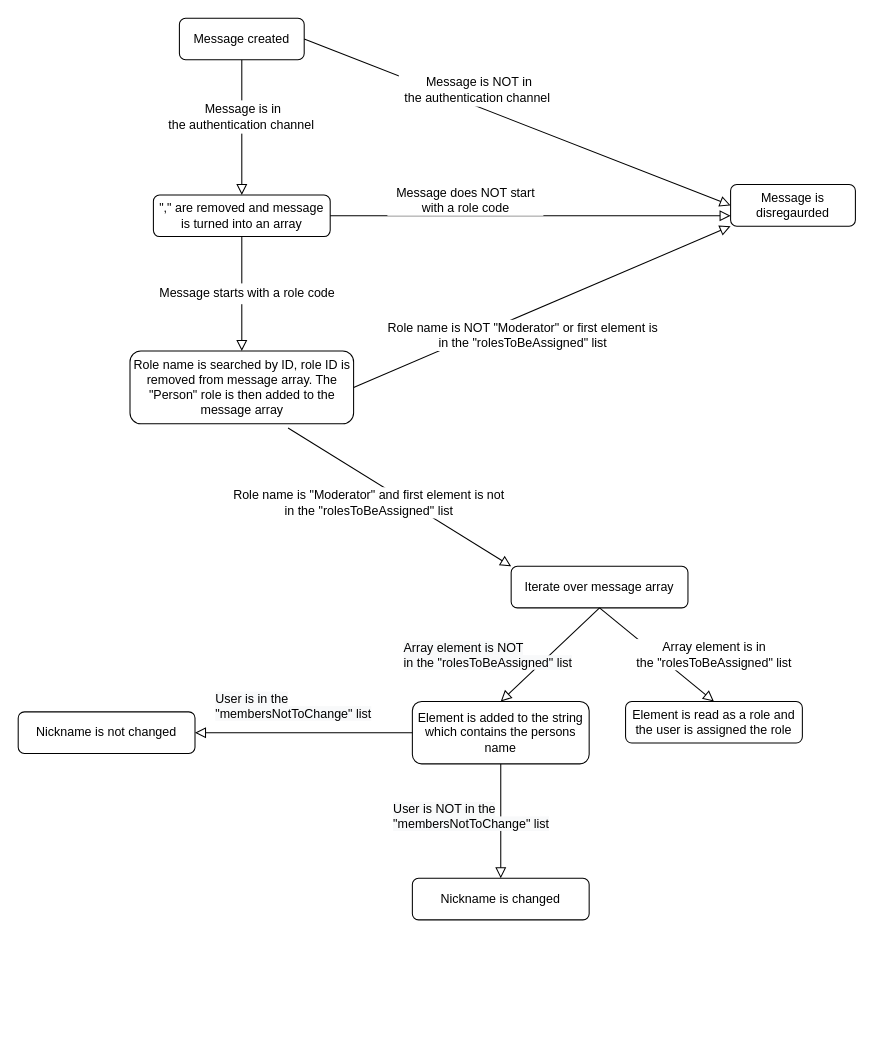
This is diagrams/OnMessageCreateDiagram.drawio from carterclark/DiscordBot, a draw.io file, before an edit. Source tidied: cells renumbered, new cells numbered last; positions are measured from the earlier drawing's top-left corner, leaving out a move shared by most shapes. Both pictures are drawn from the tidied source at 104%, with x=0, y=0 at pixel (18, 18).
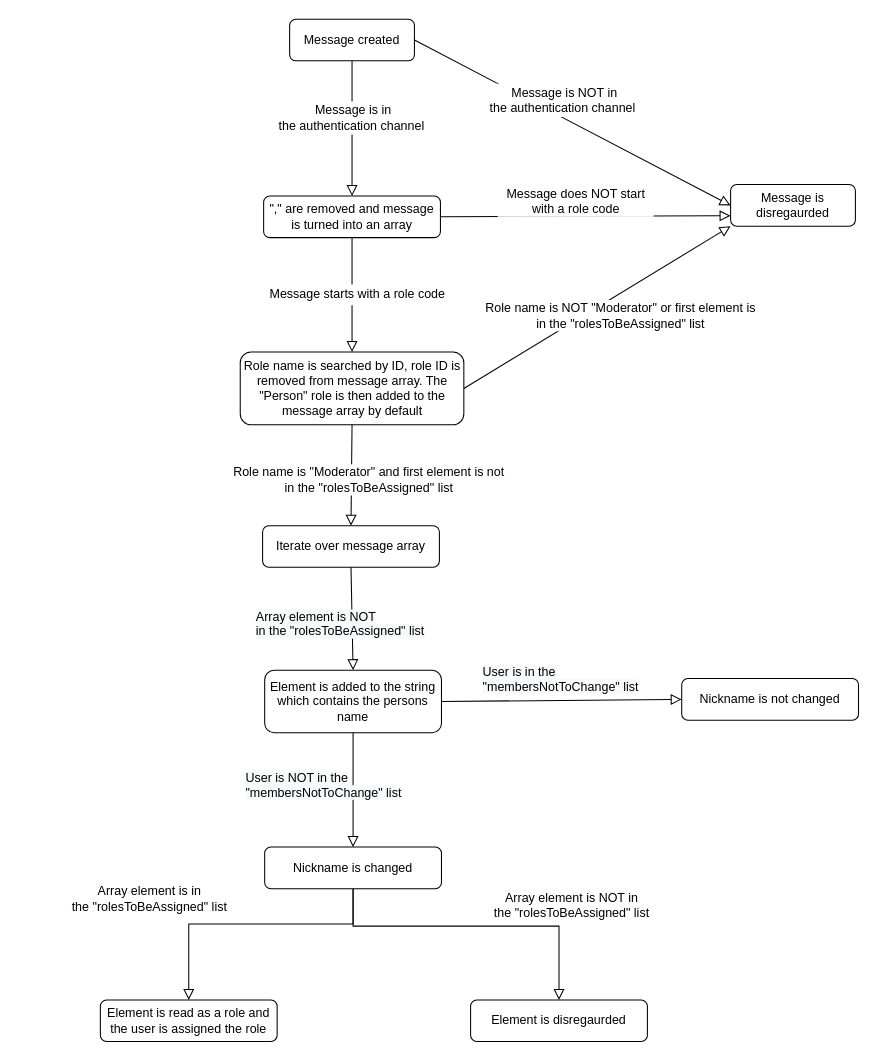
The same diagram, later.

Commit message (it also covers changes not shown here):
typo fix and diagram update

The edit, as a diff of the source:
```diff
@@
     <mxCell id="3" value="Message created" style="rounded=1;whiteSpace=wrap;html=1;fontSize=12;glass=0;strokeWidth=1;shadow=0;" parent="1" vertex="1">
-      <mxGeometry x="155" width="120" height="40" as="geometry" />
+      <mxGeometry x="261" y="1" width="120" height="40" as="geometry" />
     </mxCell>
     <mxCell id="4" value="&quot;,&quot; are removed and message is turned into an array" style="rounded=1;whiteSpace=wrap;html=1;fontSize=12;glass=0;strokeWidth=1;shadow=0;" parent="1" vertex="1">
-      <mxGeometry x="130" y="170" width="170" height="40" as="geometry" />
+      <mxGeometry x="236" y="171" width="170" height="40" as="geometry" />
     </mxCell>
@@
     <mxCell id="6" value="Message is NOT in &lt;br&gt;the authentication channel&amp;nbsp;" style="text;html=1;align=center;verticalAlign=middle;strokeColor=none;fillColor=white;" parent="1" vertex="1">
-      <mxGeometry x="366" y="53" width="153" height="32" as="geometry" />
+      <mxGeometry x="448.5" y="63" width="153" height="32" as="geometry" />
     </mxCell>
     <mxCell id="7" value="&lt;span style=&quot;color: rgba(0 , 0 , 0 , 0) ; font-family: monospace ; font-size: 0px&quot;&gt;Mess&lt;/span&gt;" style="text;html=1;align=center;verticalAlign=middle;strokeColor=none;fillColor=none;" parent="1" vertex="1">
-      <mxGeometry x="395" y="110" width="20" height="20" as="geometry" />
+      <mxGeometry x="501" y="111" width="20" height="20" as="geometry" />
     </mxCell>
     <mxCell id="8" value="Message is in &lt;br&gt;the authentication channel&amp;nbsp;" style="text;html=1;align=center;verticalAlign=middle;strokeColor=none;fillColor=white;" parent="1" vertex="1">
-      <mxGeometry x="139" y="79" width="153" height="32" as="geometry" />
+      <mxGeometry x="245" y="80" width="153" height="32" as="geometry" />
     </mxCell>
@@
-    <mxCell id="11" value="Role name is searched by ID, role ID is removed from message array. The &quot;Person&quot; role is then added to the message array" style="rounded=1;whiteSpace=wrap;html=1;fontSize=12;glass=0;strokeWidth=1;shadow=0;" parent="1" vertex="1">
-      <mxGeometry x="107.5" y="320" width="215" height="70" as="geometry" />
+    <mxCell id="11" value="Role name is searched by ID, role ID is removed from message array. The &quot;Person&quot; role is then added to the message array by default" style="rounded=1;whiteSpace=wrap;html=1;fontSize=12;glass=0;strokeWidth=1;shadow=0;" parent="1" vertex="1">
+      <mxGeometry x="213.5" y="321" width="215" height="70" as="geometry" />
     </mxCell>
     <mxCell id="12" value="Message starts with a role code" style="text;html=1;align=center;verticalAlign=middle;strokeColor=none;fillColor=white;" parent="1" vertex="1">
-      <mxGeometry x="130" y="255" width="180" height="20" as="geometry" />
+      <mxGeometry x="236" y="256" width="180" height="20" as="geometry" />
     </mxCell>
-    <mxCell id="13" style="rounded=0;html=1;jettySize=auto;fontSize=11;endArrow=block;endFill=0;endSize=8;strokeWidth=1;shadow=0;labelBackgroundColor=none;exitX=1;exitY=1;exitDx=0;exitDy=0;entryX=0;entryY=0;entryDx=0;entryDy=0;" parent="1" edge="1" target="14">
-      <mxGeometry relative="1" as="geometry">
-        <mxPoint x="259.5" y="394" as="sourcePoint" />
-      </mxGeometry>
+    <mxCell id="13" style="rounded=0;html=1;jettySize=auto;fontSize=11;endArrow=block;endFill=0;endSize=8;strokeWidth=1;shadow=0;labelBackgroundColor=none;exitX=0.5;exitY=1;exitDx=0;exitDy=0;entryX=0.5;entryY=0;entryDx=0;entryDy=0;" parent="1" edge="1" source="11" target="14">
+      <mxGeometry relative="1" as="geometry" />
     </mxCell>
     <mxCell id="14" value="Iterate over message array" style="rounded=1;whiteSpace=wrap;html=1;fontSize=12;glass=0;strokeWidth=1;shadow=0;" parent="1" vertex="1">
-      <mxGeometry x="474" y="527" width="170" height="40" as="geometry" />
+      <mxGeometry x="235" y="488" width="170" height="40" as="geometry" />
     </mxCell>
     <mxCell id="15" value="Role name is &quot;Moderator&quot; and first element is not &lt;br&gt;in the &quot;rolesToBeAssigned&quot; list" style="text;html=1;align=center;verticalAlign=middle;strokeColor=none;fillColor=white;" parent="1" vertex="1">
-      <mxGeometry x="197" y="451" width="280" height="30" as="geometry" />
+      <mxGeometry x="197" y="429" width="280" height="30" as="geometry" />
     </mxCell>
@@
     <mxCell id="17" value="Element is added to the string which contains the persons name" style="rounded=1;whiteSpace=wrap;html=1;fontSize=12;glass=0;strokeWidth=1;shadow=0;" parent="1" vertex="1">
-      <mxGeometry x="379" y="657" width="170" height="60" as="geometry" />
+      <mxGeometry x="237" y="627" width="170" height="60" as="geometry" />
     </mxCell>
     <mxCell id="18" value="Element is read as a role and the user is assigned the role" style="rounded=1;whiteSpace=wrap;html=1;fontSize=12;glass=0;strokeWidth=1;shadow=0;" parent="1" vertex="1">
-      <mxGeometry x="584" y="657" width="170" height="40" as="geometry" />
+      <mxGeometry x="79" y="944" width="170" height="40" as="geometry" />
     </mxCell>
-    <mxCell id="19" style="rounded=0;html=1;jettySize=auto;fontSize=11;endArrow=block;endFill=0;endSize=8;strokeWidth=1;shadow=0;labelBackgroundColor=none;exitX=0.5;exitY=1;exitDx=0;exitDy=0;entryX=0.5;entryY=0;entryDx=0;entryDy=0;" parent="1" edge="1" source="14" target="18">
-      <mxGeometry relative="1" as="geometry" />
+    <mxCell id="19" style="rounded=0;html=1;jettySize=auto;fontSize=11;endArrow=block;endFill=0;endSize=8;strokeWidth=1;shadow=0;labelBackgroundColor=none;exitX=0.5;exitY=1;exitDx=0;exitDy=0;entryX=0.5;entryY=0;entryDx=0;entryDy=0;" parent="1" edge="1" source="26" target="18">
+      <mxGeometry relative="1" as="geometry">
+        <Array as="points">
+          <mxPoint x="322" y="871" />
+          <mxPoint x="164" y="871" />
+        </Array>
+      </mxGeometry>
     </mxCell>
     <mxCell id="20" value="Array element is in &lt;br&gt;the &quot;rolesToBeAssigned&quot; list" style="text;html=1;align=center;verticalAlign=middle;strokeColor=none;fillColor=white;" parent="1" vertex="1">
-      <mxGeometry x="589" y="597" width="160" height="30" as="geometry" />
+      <mxGeometry x="46" y="832" width="160" height="30" as="geometry" />
     </mxCell>
     <mxCell id="21" value="&lt;span style=&quot;color: rgb(0 , 0 , 0) ; font-family: &amp;#34;helvetica&amp;#34; ; font-size: 12px ; font-style: normal ; font-weight: 400 ; letter-spacing: normal ; text-align: center ; text-indent: 0px ; text-transform: none ; word-spacing: 0px ; background-color: rgb(248 , 249 , 250) ; display: inline ; float: none&quot;&gt;Array element is NOT &lt;br&gt;in the &quot;rolesToBeAssigned&quot; list&lt;/span&gt;" style="text;whiteSpace=wrap;html=1;fontSize=12;fontFamily=Helvetica;fontColor=default;" parent="1" vertex="1">
-      <mxGeometry x="369" y="592" width="180" height="40" as="geometry" />
+      <mxGeometry x="227" y="562" width="180" height="40" as="geometry" />
     </mxCell>
     <mxCell id="22" value="Nickname is not changed" style="rounded=1;whiteSpace=wrap;html=1;fontSize=12;glass=0;strokeWidth=1;shadow=0;" parent="1" vertex="1">
-      <mxGeometry y="667" width="170" height="40" as="geometry" />
+      <mxGeometry x="638" y="635" width="170" height="40" as="geometry" />
     </mxCell>
-    <mxCell id="23" style="rounded=0;html=1;jettySize=auto;fontSize=11;endArrow=block;endFill=0;endSize=8;strokeWidth=1;shadow=0;labelBackgroundColor=none;exitX=0;exitY=0.5;exitDx=0;exitDy=0;entryX=1;entryY=0.5;entryDx=0;entryDy=0;" parent="1" edge="1" source="17" target="22">
+    <mxCell id="23" style="rounded=0;html=1;jettySize=auto;fontSize=11;endArrow=block;endFill=0;endSize=8;strokeWidth=1;shadow=0;labelBackgroundColor=none;exitX=1;exitY=0.5;exitDx=0;exitDy=0;entryX=0;entryY=0.5;entryDx=0;entryDy=0;" parent="1" edge="1" source="17" target="22">
       <mxGeometry relative="1" as="geometry" />
     </mxCell>
     <mxCell id="24" value="&lt;span style=&quot;color: rgb(0 , 0 , 0) ; font-family: &amp;#34;helvetica&amp;#34; ; font-size: 12px ; font-style: normal ; font-weight: 400 ; letter-spacing: normal ; text-align: center ; text-indent: 0px ; text-transform: none ; word-spacing: 0px ; background-color: rgb(248 , 249 , 250) ; display: inline ; float: none&quot;&gt;User is in the &lt;br&gt;&quot;membersNotToChange&quot; list&lt;/span&gt;" style="text;whiteSpace=wrap;html=1;fontSize=12;fontFamily=Helvetica;fontColor=default;" parent="1" vertex="1">
-      <mxGeometry x="188" y="641" width="160" height="40" as="geometry" />
+      <mxGeometry x="445" y="615" width="160" height="40" as="geometry" />
     </mxCell>
@@
     <mxCell id="26" value="Nickname is changed" style="rounded=1;whiteSpace=wrap;html=1;fontSize=12;glass=0;strokeWidth=1;shadow=0;" parent="1" vertex="1">
-      <mxGeometry x="379" y="827" width="170" height="40" as="geometry" />
+      <mxGeometry x="237" y="797" width="170" height="40" as="geometry" />
     </mxCell>
     <mxCell id="27" value="&lt;span style=&quot;color: rgb(0 , 0 , 0) ; font-family: &amp;#34;helvetica&amp;#34; ; font-size: 12px ; font-style: normal ; font-weight: 400 ; letter-spacing: normal ; text-align: center ; text-indent: 0px ; text-transform: none ; word-spacing: 0px ; background-color: rgb(248 , 249 , 250) ; display: inline ; float: none&quot;&gt;User is NOT in the &lt;br&gt;&quot;membersNotToChange&quot; list&lt;/span&gt;" style="text;whiteSpace=wrap;html=1;fontSize=12;fontFamily=Helvetica;fontColor=default;" parent="1" vertex="1">
-      <mxGeometry x="359" y="747" width="160" height="40" as="geometry" />
+      <mxGeometry x="217" y="717" width="160" height="40" as="geometry" />
     </mxCell>
@@
     <mxCell id="29" value="Message does NOT start&lt;br&gt;with a role code" style="text;html=1;align=center;verticalAlign=middle;strokeColor=none;fillColor=white;" parent="1" vertex="1">
-      <mxGeometry x="355" y="160" width="150" height="30" as="geometry" />
+      <mxGeometry x="461" y="161" width="150" height="30" as="geometry" />
     </mxCell>
@@
     <mxCell id="31" value="Role name is NOT &quot;Moderator&quot; or first element is&lt;br&gt;in the &quot;rolesToBeAssigned&quot; list" style="text;html=1;align=center;verticalAlign=middle;strokeColor=none;fillColor=white;" parent="1" vertex="1">
-      <mxGeometry x="345" y="290" width="280" height="30" as="geometry" />
+      <mxGeometry x="439" y="271" width="280" height="30" as="geometry" />
     </mxCell>
+    <mxCell id="32" style="rounded=0;html=1;jettySize=auto;fontSize=11;endArrow=block;endFill=0;endSize=8;strokeWidth=1;shadow=0;labelBackgroundColor=none;exitX=0.5;exitY=1;exitDx=0;exitDy=0;entryX=0.5;entryY=0;entryDx=0;entryDy=0;" parent="1" edge="1" source="26" target="34">
+      <mxGeometry relative="1" as="geometry">
+        <Array as="points">
+          <mxPoint x="322" y="873" />
+          <mxPoint x="520" y="873" />
+        </Array>
+      </mxGeometry>
+    </mxCell>
+    <mxCell id="33" value="Array element is NOT in &lt;br&gt;the &quot;rolesToBeAssigned&quot; list" style="text;html=1;align=center;verticalAlign=middle;strokeColor=none;fillColor=white;" parent="1" vertex="1">
+      <mxGeometry x="452" y="837" width="159" height="32" as="geometry" />
+    </mxCell>
+    <mxCell id="34" value="Element is disregaurded" style="rounded=1;whiteSpace=wrap;html=1;fontSize=12;glass=0;strokeWidth=1;shadow=0;" parent="1" vertex="1">
+      <mxGeometry x="435" y="944" width="170" height="40" as="geometry" />
+    </mxCell>
```
